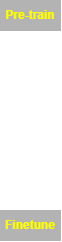
Earlier version of the draw.io export explain using only draw.png (Kyoungrae-Noh/Self-Supervised-Learning). Source tidied: cells renumbered, new cells last; positions are measured from the earlier drawing's top-left corner, leaving out a move shared by most shapes.
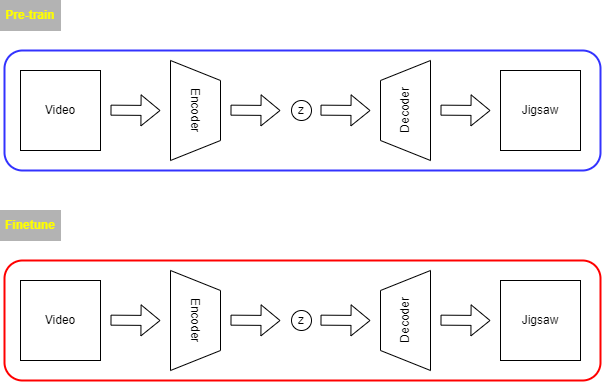
The same file after the commit.

Diff of the diagram source:
```diff
@@ -8,5 +8,89 @@
     <mxCell id="3" value="&lt;b&gt;&lt;font color=&quot;#ffff00&quot;&gt;Finetune&lt;/font&gt;&lt;/b&gt;" style="rounded=0;whiteSpace=wrap;html=1;fillColor=#B3B3B3;strokeColor=#B3B3B3;" parent="1" vertex="1">
       <mxGeometry y="210" width="60" height="30" as="geometry" />
     </mxCell>
+    <mxCell id="4" style="rounded=1;whiteSpace=wrap;html=1;strokeColor=#3333FF;fontColor=#FFFF00;fillColor=none;strokeWidth=2;" parent="1" vertex="1">
+      <mxGeometry x="4" y="50" width="596" height="120" as="geometry" />
+    </mxCell>
+    <mxCell id="5" value="&lt;font color=&quot;#000000&quot;&gt;Video&lt;/font&gt;" style="whiteSpace=wrap;html=1;strokeColor=#000000;fontColor=#FFFF00;fillColor=#FFFFFF;" parent="1" vertex="1">
+      <mxGeometry x="20" y="70" width="80" height="80" as="geometry" />
+    </mxCell>
+    <mxCell id="6" style="shape=flexArrow;endArrow=classic;html=1;rounded=0;fontColor=#000000;" parent="1" edge="1">
+      <mxGeometry relative="1" as="geometry">
+        <mxPoint x="110" y="109.7" as="sourcePoint" />
+        <mxPoint x="160" y="110" as="targetPoint" />
+      </mxGeometry>
+    </mxCell>
+    <mxCell id="7" value="Encoder" style="shape=trapezoid;perimeter=trapezoidPerimeter;whiteSpace=wrap;html=1;fixedSize=1;strokeColor=#000000;fontColor=#000000;fillColor=#FFFFFF;rotation=90;" parent="1" vertex="1">
+      <mxGeometry x="145" y="85" width="100" height="50" as="geometry" />
+    </mxCell>
+    <mxCell id="8" style="shape=flexArrow;endArrow=classic;html=1;rounded=0;fontColor=#000000;" parent="1" edge="1">
+      <mxGeometry relative="1" as="geometry">
+        <mxPoint x="230" y="109.7" as="sourcePoint" />
+        <mxPoint x="280" y="110" as="targetPoint" />
+      </mxGeometry>
+    </mxCell>
+    <mxCell id="9" value="z" style="ellipse;whiteSpace=wrap;html=1;strokeColor=#000000;fontColor=#000000;fillColor=#FFFFFF;" parent="1" vertex="1">
+      <mxGeometry x="291" y="100" width="20" height="20" as="geometry" />
+    </mxCell>
+    <mxCell id="10" style="shape=flexArrow;endArrow=classic;html=1;rounded=0;fontColor=#000000;" parent="1" edge="1">
+      <mxGeometry relative="1" as="geometry">
+        <mxPoint x="320" y="109.7" as="sourcePoint" />
+        <mxPoint x="370" y="110" as="targetPoint" />
+      </mxGeometry>
+    </mxCell>
+    <mxCell id="11" value="Decoder" style="shape=trapezoid;perimeter=trapezoidPerimeter;whiteSpace=wrap;html=1;fixedSize=1;strokeColor=#000000;fontColor=#000000;fillColor=#FFFFFF;rotation=-90;" parent="1" vertex="1">
+      <mxGeometry x="355" y="85" width="100" height="50" as="geometry" />
+    </mxCell>
+    <mxCell id="12" style="shape=flexArrow;endArrow=classic;html=1;rounded=0;fontColor=#000000;" parent="1" edge="1">
+      <mxGeometry relative="1" as="geometry">
+        <mxPoint x="440" y="109.7" as="sourcePoint" />
+        <mxPoint x="490" y="110" as="targetPoint" />
+      </mxGeometry>
+    </mxCell>
+    <mxCell id="13" value="&lt;font color=&quot;#000000&quot;&gt;Jigsaw&lt;/font&gt;" style="whiteSpace=wrap;html=1;strokeColor=#000000;fontColor=#FFFF00;fillColor=#FFFFFF;" parent="1" vertex="1">
+      <mxGeometry x="500" y="70" width="80" height="80" as="geometry" />
+    </mxCell>
+    <mxCell id="14" style="rounded=1;whiteSpace=wrap;html=1;strokeColor=#FF0000;fontColor=#FFFF00;fillColor=none;strokeWidth=2;" parent="1" vertex="1">
+      <mxGeometry x="4" y="260" width="596" height="120" as="geometry" />
+    </mxCell>
+    <mxCell id="15" value="&lt;font color=&quot;#000000&quot;&gt;Video&lt;/font&gt;" style="whiteSpace=wrap;html=1;strokeColor=#000000;fontColor=#FFFF00;fillColor=#FFFFFF;" parent="1" vertex="1">
+      <mxGeometry x="20" y="280" width="80" height="80" as="geometry" />
+    </mxCell>
+    <mxCell id="16" style="shape=flexArrow;endArrow=classic;html=1;rounded=0;fontColor=#000000;" parent="1" edge="1">
+      <mxGeometry relative="1" as="geometry">
+        <mxPoint x="110" y="319.7" as="sourcePoint" />
+        <mxPoint x="160" y="320" as="targetPoint" />
+      </mxGeometry>
+    </mxCell>
+    <mxCell id="17" value="Encoder" style="shape=trapezoid;perimeter=trapezoidPerimeter;whiteSpace=wrap;html=1;fixedSize=1;strokeColor=#000000;fontColor=#000000;fillColor=#FFFFFF;rotation=90;" parent="1" vertex="1">
+      <mxGeometry x="145" y="295" width="100" height="50" as="geometry" />
+    </mxCell>
+    <mxCell id="18" style="shape=flexArrow;endArrow=classic;html=1;rounded=0;fontColor=#000000;" parent="1" edge="1">
+      <mxGeometry relative="1" as="geometry">
+        <mxPoint x="230" y="319.7" as="sourcePoint" />
+        <mxPoint x="280" y="320" as="targetPoint" />
+      </mxGeometry>
+    </mxCell>
+    <mxCell id="19" value="z" style="ellipse;whiteSpace=wrap;html=1;strokeColor=#000000;fontColor=#000000;fillColor=#FFFFFF;" parent="1" vertex="1">
+      <mxGeometry x="291" y="310" width="20" height="20" as="geometry" />
+    </mxCell>
+    <mxCell id="20" style="shape=flexArrow;endArrow=classic;html=1;rounded=0;fontColor=#000000;" parent="1" edge="1">
+      <mxGeometry relative="1" as="geometry">
+        <mxPoint x="320" y="319.7" as="sourcePoint" />
+        <mxPoint x="370" y="320" as="targetPoint" />
+      </mxGeometry>
+    </mxCell>
+    <mxCell id="21" value="Decoder" style="shape=trapezoid;perimeter=trapezoidPerimeter;whiteSpace=wrap;html=1;fixedSize=1;strokeColor=#000000;fontColor=#000000;fillColor=#FFFFFF;rotation=-90;" parent="1" vertex="1">
+      <mxGeometry x="355" y="295" width="100" height="50" as="geometry" />
+    </mxCell>
+    <mxCell id="22" style="shape=flexArrow;endArrow=classic;html=1;rounded=0;fontColor=#000000;" parent="1" edge="1">
+      <mxGeometry relative="1" as="geometry">
+        <mxPoint x="440" y="319.7" as="sourcePoint" />
+        <mxPoint x="490" y="320" as="targetPoint" />
+      </mxGeometry>
+    </mxCell>
+    <mxCell id="23" value="&lt;font color=&quot;#000000&quot;&gt;Jigsaw&lt;/font&gt;" style="whiteSpace=wrap;html=1;strokeColor=#000000;fontColor=#FFFF00;fillColor=#FFFFFF;" parent="1" vertex="1">
+      <mxGeometry x="500" y="280" width="80" height="80" as="geometry" />
+    </mxCell>
   </root>
 </mxGraphModel>
```
